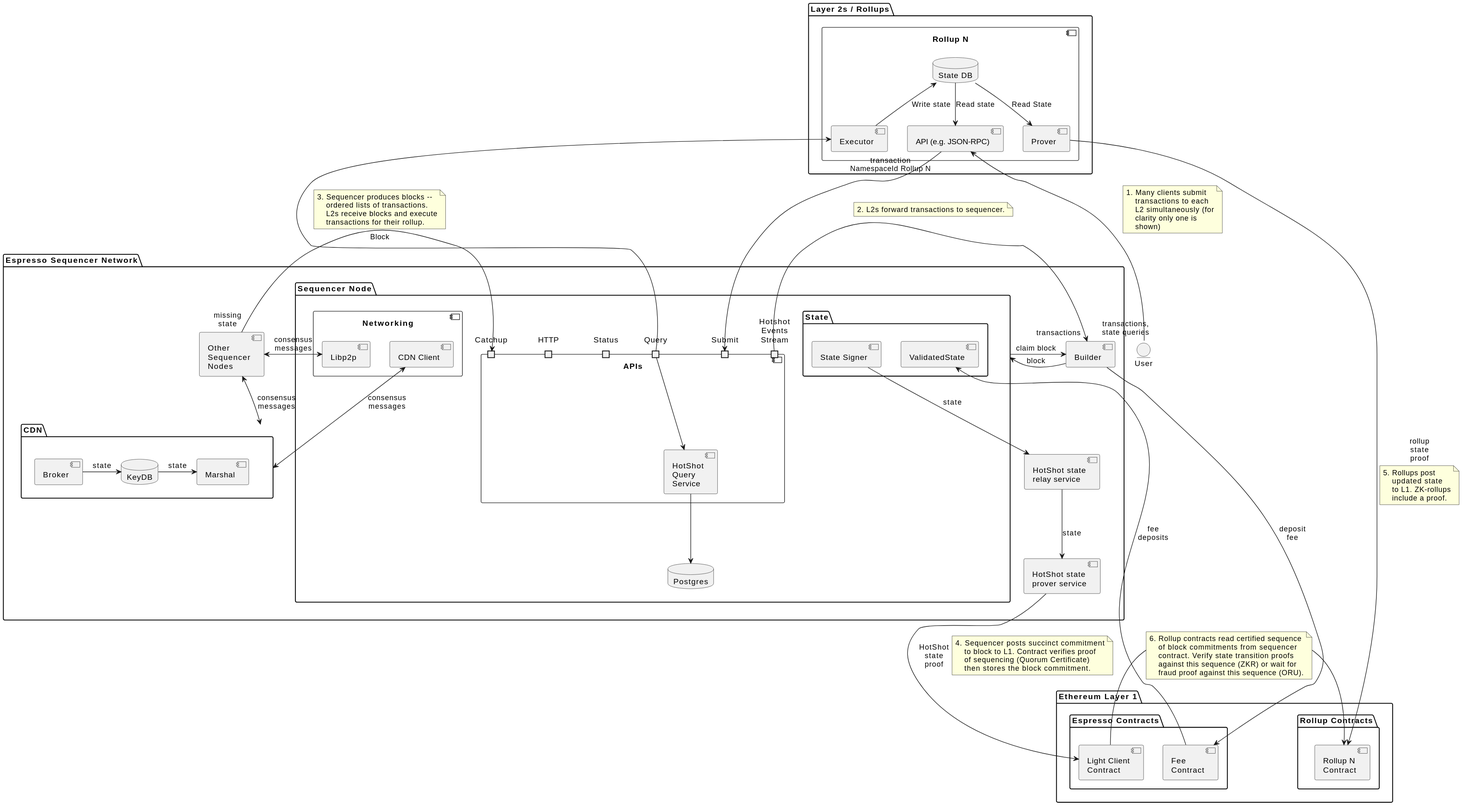
This is doc/architecture.svg from EspressoSystems/espresso-sequencer, a PlantUML export, as it was before one commit.
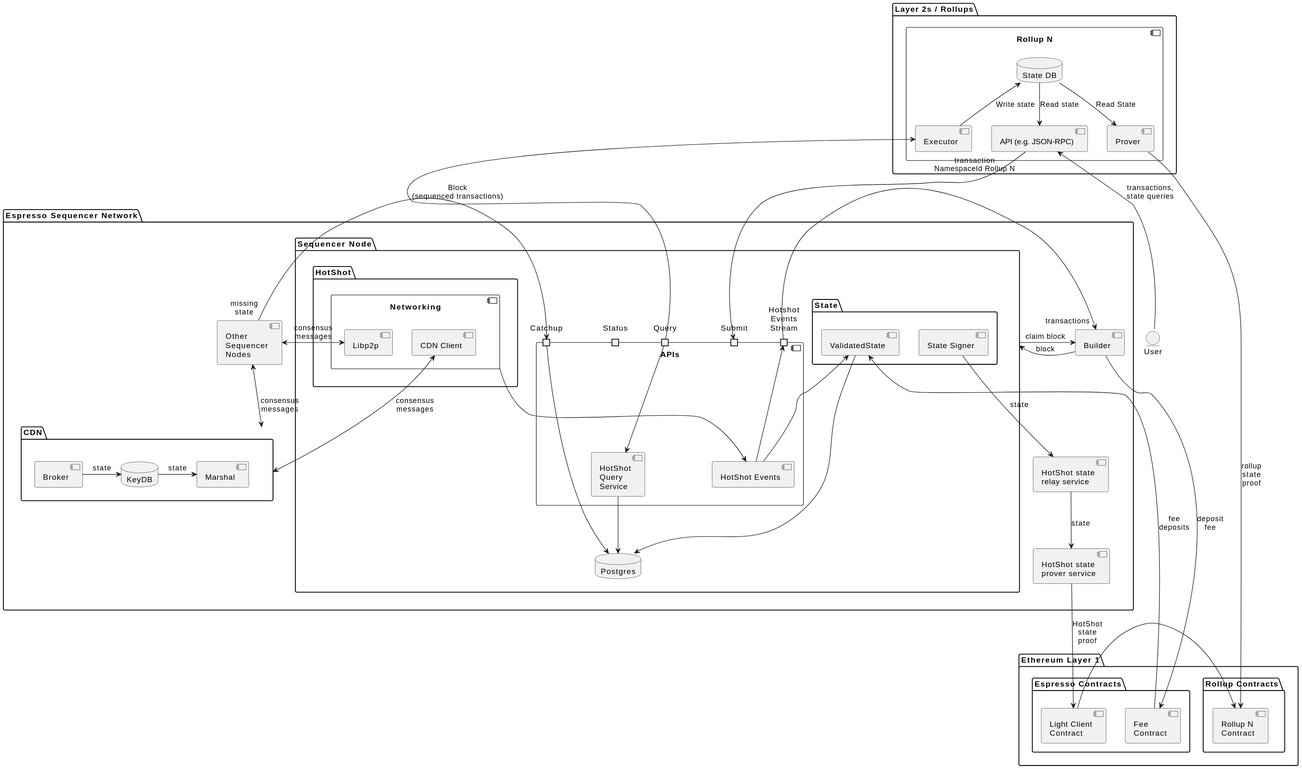
After the commit.

Change to the diagram source:
```diff
@@ -15,16 +15,18 @@
         database "Postgres" as DB
         component "APIs" {
             port Catchup
-            port HTTP
             port Status
             port Submit
             port Query
-            port "Hotshot\nEvents\nStream" as Events
+            port "Hotshot\nEvents\nStream" as EventsStream
             component "HotShot\nQuery\nService" as QS
+            component "HotShot Events" as Events
         }
-        component "Networking"{
-            component Libp2p
-            component "CDN Client"
+        package HotShot {
+            component "Networking"{
+                component Libp2p
+                component "CDN Client"
+            }
         }
 
         package State as State {
@@ -47,7 +49,12 @@
 Seq -right-> Builder: claim block
 Relay --> HSProver: state
 
-Events -> Builder: " " "transactions"
+Events -up-> EventsStream
+Events -up-> Validated
+Networking -down-> Events
+EventsStream -> Builder: " " "transactions"
+Validated -> DB
+Catchup -> DB
 Builder -left-> Seq: block
 
 package "Layer 2s / Rollups" as L2s {
@@ -69,52 +76,17 @@
 }
 
 entity User
-User -Up-> L2_RPC : "transactions,\nstate queries" " "
-note top of link
-1. Many clients submit
-    transactions to each
-    L2 simultaneously (for
-    clarity only one is
-    shown)
-end note
+User -Up-> L2_RPC : transactions,\nstate queries
 
 L2_RPC --> Submit : "transaction\nNamespaceId Rollup N" " "
-note top of link
-2. L2s forward transactions to sequencer.
-end note
 
-Query -up-> L2_Exec : Block
-note top of link
-3. Sequencer produces blocks --
-    ordered lists of transactions.
-    L2s receive blocks and execute
-    transactions for their rollup.
-end note
+Query -up-> L2_Exec : Block\n(sequenced transactions)
 
 HSProver -down-> LC_L1 : HotShot\nstate\nproof
-note right of link
-4. Sequencer posts succinct commitment
-    to block to L1. Contract verifies proof
-    of sequencing (Quorum Certificate)
-    then stores the block commitment.
-end note
 
 L2_Prover -> L2_L1 : rollup\nstate\nproof
-note bottom of link
-5. Rollups post
-    updated state
-    to L1. ZK-rollups
-    include a proof.
-end note
 
 LC_L1 -> L2_L1
-note bottom of link
-6. Rollup contracts read certified sequence
-    of block commitments from sequencer
-    contract. Verify state transition proofs
-    against this sequence (ZKR) or wait for
-    fraud proof against this sequence (ORU).
-end note
 
 L2_RPC <-up- L2_State : Read state
 L2_Exec -up-> L2_State : Write state
```
